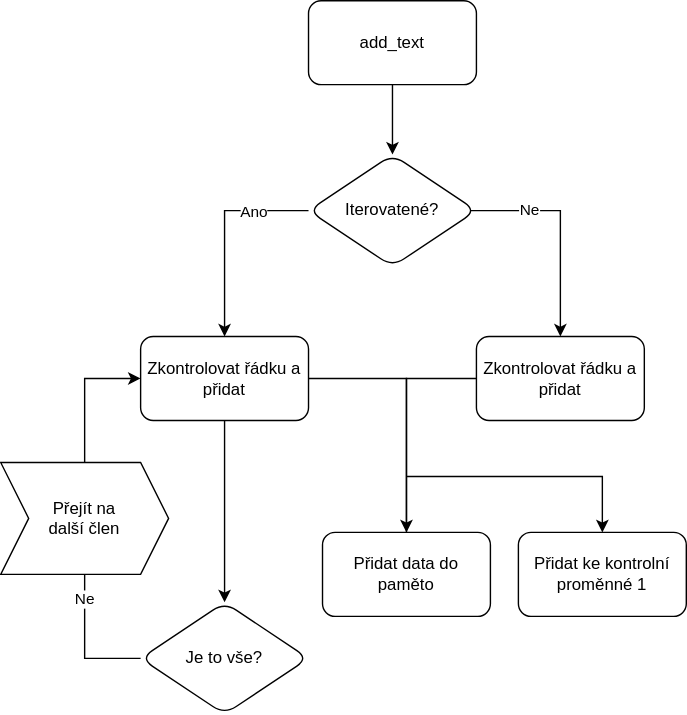
Earlier version of the draw.io export latex/pictures/logic-window.drawio.svg (Kybernauti-4/DnD_YearWork). Source tidied: cells renumbered, new cells last; positions are measured from the earlier drawing's top-left corner, leaving out a move shared by most shapes.
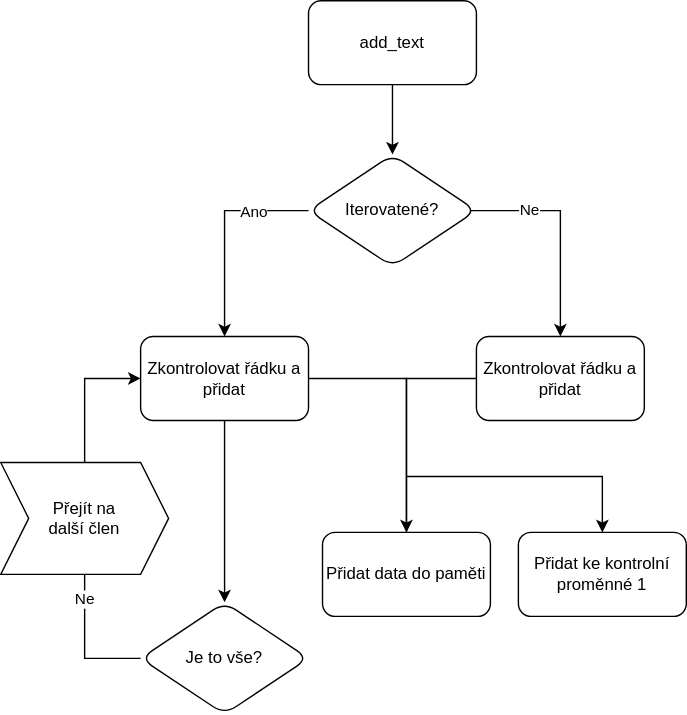
The same diagram one commit later.

What changed in the source:
```diff
@@ -80,7 +80,7 @@
         </Array>
       </mxGeometry>
     </mxCell>
-    <mxCell id="19" value="Přidat data do paměto" style="rounded=1;whiteSpace=wrap;html=1;" parent="1" vertex="1">
+    <mxCell id="19" value="Přidat data do paměti" style="rounded=1;whiteSpace=wrap;html=1;" parent="1" vertex="1">
       <mxGeometry x="230" y="380" width="120" height="60" as="geometry" />
     </mxCell>
     <mxCell id="20" value="Přidat ke kontrolní&lt;br&gt;proměnné 1" style="rounded=1;whiteSpace=wrap;html=1;" parent="1" vertex="1">
```
